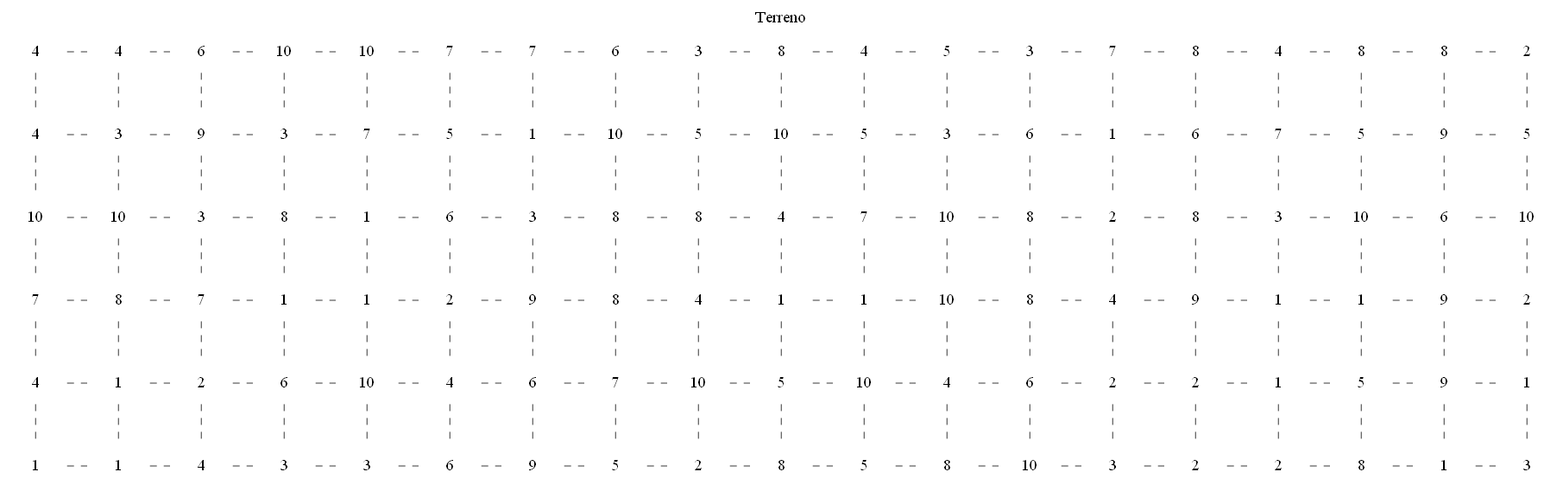
Before: Proyecto 1/Proyecto 1/graphviz.png, a diagram exported from Graphviz (erick-alvarado/IPC2-P1). Its source is kept beside it as Proyecto 1/Proyecto 1/graphviz.dot.
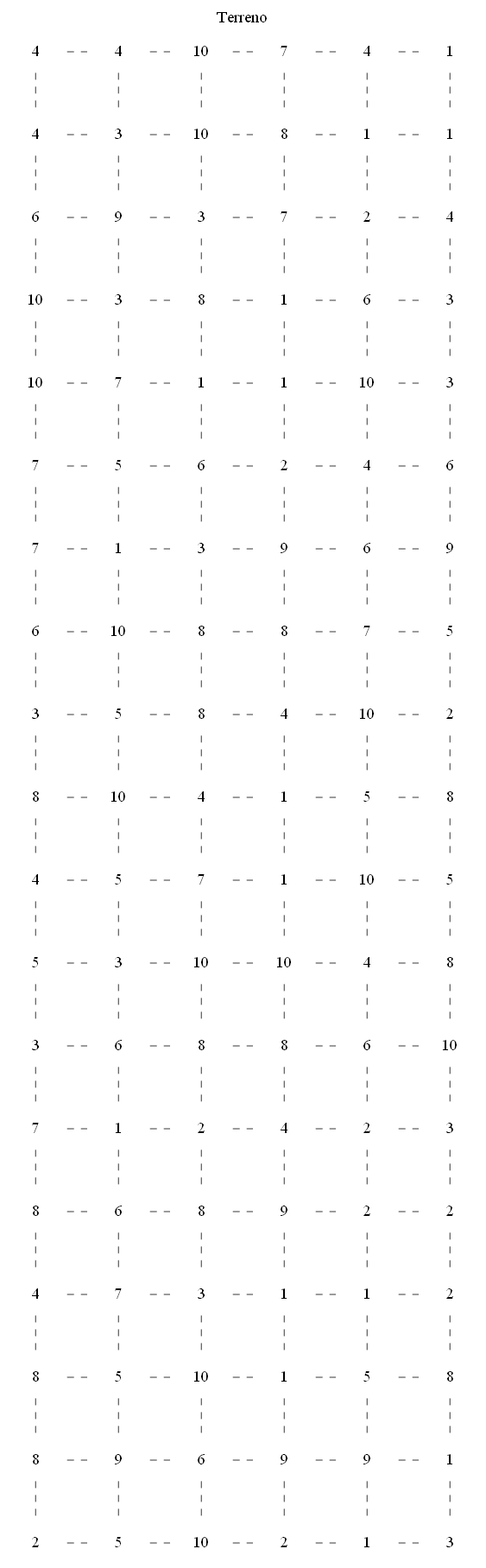
Above is the later version.

Diff of the diagram source:
```diff
@@ -121,29 +121,29 @@
   A3_18[ label = "2"]
   A4_18[ label = "1"]
   A5_18[ label = "3"]
-  A0_0 --  A1_0 --  A2_0 --  A3_0 --  A4_0 --  A5_0
-  A0_1 --  A1_1 --  A2_1 --  A3_1 --  A4_1 --  A5_1
-  A0_2 --  A1_2 --  A2_2 --  A3_2 --  A4_2 --  A5_2
-  A0_3 --  A1_3 --  A2_3 --  A3_3 --  A4_3 --  A5_3
-  A0_4 --  A1_4 --  A2_4 --  A3_4 --  A4_4 --  A5_4
-  A0_5 --  A1_5 --  A2_5 --  A3_5 --  A4_5 --  A5_5
-  A0_6 --  A1_6 --  A2_6 --  A3_6 --  A4_6 --  A5_6
-  A0_7 --  A1_7 --  A2_7 --  A3_7 --  A4_7 --  A5_7
-  A0_8 --  A1_8 --  A2_8 --  A3_8 --  A4_8 --  A5_8
-  A0_9 --  A1_9 --  A2_9 --  A3_9 --  A4_9 --  A5_9
-  A0_10 --  A1_10 --  A2_10 --  A3_10 --  A4_10 --  A5_10
-  A0_11 --  A1_11 --  A2_11 --  A3_11 --  A4_11 --  A5_11
-  A0_12 --  A1_12 --  A2_12 --  A3_12 --  A4_12 --  A5_12
-  A0_13 --  A1_13 --  A2_13 --  A3_13 --  A4_13 --  A5_13
-  A0_14 --  A1_14 --  A2_14 --  A3_14 --  A4_14 --  A5_14
-  A0_15 --  A1_15 --  A2_15 --  A3_15 --  A4_15 --  A5_15
-  A0_16 --  A1_16 --  A2_16 --  A3_16 --  A4_16 --  A5_16
-  A0_17 --  A1_17 --  A2_17 --  A3_17 --  A4_17 --  A5_17
-  A0_18 --  A1_18 --  A2_18 --  A3_18 --  A4_18 --  A5_18
-  rank=same {A0_0 -- A0_1 -- A0_2 -- A0_3 -- A0_4 -- A0_5 -- A0_6 -- A0_7 -- A0_8 -- A0_9 -- A0_10 -- A0_11 -- A0_12 -- A0_13 -- A0_14 -- A0_15 -- A0_16 -- A0_17 -- A0_18}
- rank=same {A1_0 -- A1_1 -- A1_2 -- A1_3 -- A1_4 -- A1_5 -- A1_6 -- A1_7 -- A1_8 -- A1_9 -- A1_10 -- A1_11 -- A1_12 -- A1_13 -- A1_14 -- A1_15 -- A1_16 -- A1_17 -- A1_18}
- rank=same {A2_0 -- A2_1 -- A2_2 -- A2_3 -- A2_4 -- A2_5 -- A2_6 -- A2_7 -- A2_8 -- A2_9 -- A2_10 -- A2_11 -- A2_12 -- A2_13 -- A2_14 -- A2_15 -- A2_16 -- A2_17 -- A2_18}
- rank=same {A3_0 -- A3_1 -- A3_2 -- A3_3 -- A3_4 -- A3_5 -- A3_6 -- A3_7 -- A3_8 -- A3_9 -- A3_10 -- A3_11 -- A3_12 -- A3_13 -- A3_14 -- A3_15 -- A3_16 -- A3_17 -- A3_18}
- rank=same {A4_0 -- A4_1 -- A4_2 -- A4_3 -- A4_4 -- A4_5 -- A4_6 -- A4_7 -- A4_8 -- A4_9 -- A4_10 -- A4_11 -- A4_12 -- A4_13 -- A4_14 -- A4_15 -- A4_16 -- A4_17 -- A4_18}
- rank=same {A5_0 -- A5_1 -- A5_2 -- A5_3 -- A5_4 -- A5_5 -- A5_6 -- A5_7 -- A5_8 -- A5_9 -- A5_10 -- A5_11 -- A5_12 -- A5_13 -- A5_14 -- A5_15 -- A5_16 -- A5_17 -- A5_18}
+  A0_0 --  A0_1 --  A0_2 --  A0_3 --  A0_4 --  A0_5 --  A0_6 --  A0_7 --  A0_8 --  A0_9 --  A0_10 --  A0_11 --  A0_12 --  A0_13 --  A0_14 --  A0_15 --  A0_16 --  A0_17 --  A0_18
+  A1_0 --  A1_1 --  A1_2 --  A1_3 --  A1_4 --  A1_5 --  A1_6 --  A1_7 --  A1_8 --  A1_9 --  A1_10 --  A1_11 --  A1_12 --  A1_13 --  A1_14 --  A1_15 --  A1_16 --  A1_17 --  A1_18
+  A2_0 --  A2_1 --  A2_2 --  A2_3 --  A2_4 --  A2_5 --  A2_6 --  A2_7 --  A2_8 --  A2_9 --  A2_10 --  A2_11 --  A2_12 --  A2_13 --  A2_14 --  A2_15 --  A2_16 --  A2_17 --  A2_18
+  A3_0 --  A3_1 --  A3_2 --  A3_3 --  A3_4 --  A3_5 --  A3_6 --  A3_7 --  A3_8 --  A3_9 --  A3_10 --  A3_11 --  A3_12 --  A3_13 --  A3_14 --  A3_15 --  A3_16 --  A3_17 --  A3_18
+  A4_0 --  A4_1 --  A4_2 --  A4_3 --  A4_4 --  A4_5 --  A4_6 --  A4_7 --  A4_8 --  A4_9 --  A4_10 --  A4_11 --  A4_12 --  A4_13 --  A4_14 --  A4_15 --  A4_16 --  A4_17 --  A4_18
+  A5_0 --  A5_1 --  A5_2 --  A5_3 --  A5_4 --  A5_5 --  A5_6 --  A5_7 --  A5_8 --  A5_9 --  A5_10 --  A5_11 --  A5_12 --  A5_13 --  A5_14 --  A5_15 --  A5_16 --  A5_17 --  A5_18
+  rank=same {A0_0 -- A1_0 -- A2_0 -- A3_0 -- A4_0 -- A5_0}
+ rank=same {A0_1 -- A1_1 -- A2_1 -- A3_1 -- A4_1 -- A5_1}
+ rank=same {A0_2 -- A1_2 -- A2_2 -- A3_2 -- A4_2 -- A5_2}
+ rank=same {A0_3 -- A1_3 -- A2_3 -- A3_3 -- A4_3 -- A5_3}
+ rank=same {A0_4 -- A1_4 -- A2_4 -- A3_4 -- A4_4 -- A5_4}
+ rank=same {A0_5 -- A1_5 -- A2_5 -- A3_5 -- A4_5 -- A5_5}
+ rank=same {A0_6 -- A1_6 -- A2_6 -- A3_6 -- A4_6 -- A5_6}
+ rank=same {A0_7 -- A1_7 -- A2_7 -- A3_7 -- A4_7 -- A5_7}
+ rank=same {A0_8 -- A1_8 -- A2_8 -- A3_8 -- A4_8 -- A5_8}
+ rank=same {A0_9 -- A1_9 -- A2_9 -- A3_9 -- A4_9 -- A5_9}
+ rank=same {A0_10 -- A1_10 -- A2_10 -- A3_10 -- A4_10 -- A5_10}
+ rank=same {A0_11 -- A1_11 -- A2_11 -- A3_11 -- A4_11 -- A5_11}
+ rank=same {A0_12 -- A1_12 -- A2_12 -- A3_12 -- A4_12 -- A5_12}
+ rank=same {A0_13 -- A1_13 -- A2_13 -- A3_13 -- A4_13 -- A5_13}
+ rank=same {A0_14 -- A1_14 -- A2_14 -- A3_14 -- A4_14 -- A5_14}
+ rank=same {A0_15 -- A1_15 -- A2_15 -- A3_15 -- A4_15 -- A5_15}
+ rank=same {A0_16 -- A1_16 -- A2_16 -- A3_16 -- A4_16 -- A5_16}
+ rank=same {A0_17 -- A1_17 -- A2_17 -- A3_17 -- A4_17 -- A5_17}
+ rank=same {A0_18 -- A1_18 -- A2_18 -- A3_18 -- A4_18 -- A5_18}
 }
```
